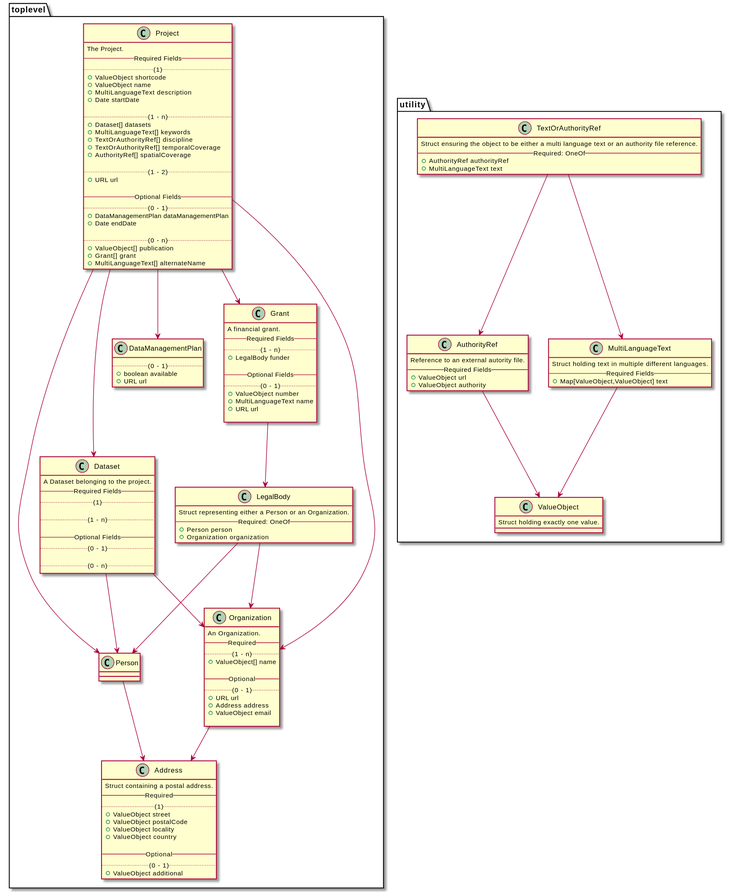
Before: docs/services/metadata/domain-entities.svg, a diagram exported from PlantUML (dasch-swiss/dasch-service-platform).
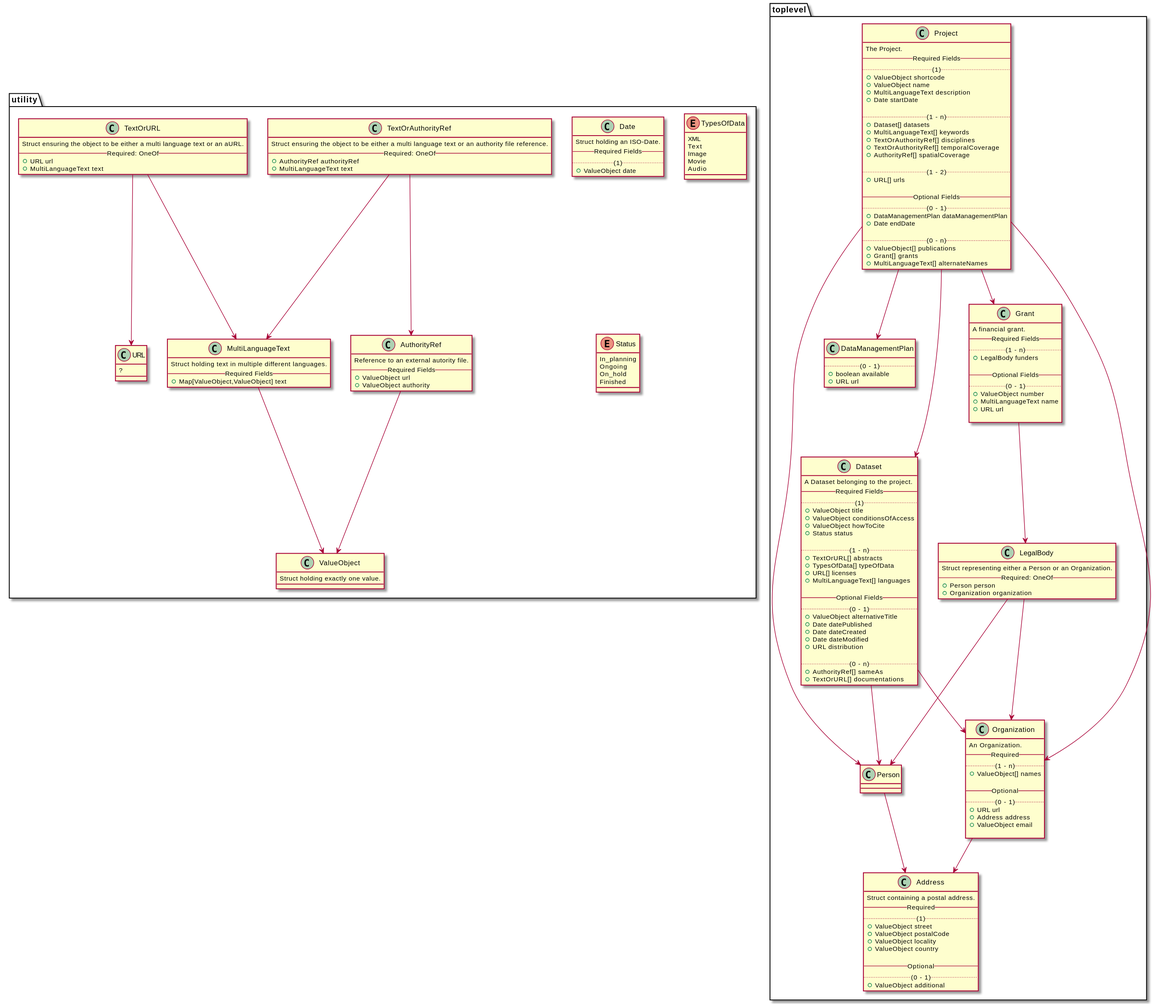
Above is the later version.

Commit message:
doc(metadata): domain entities for type dataset

What changed in the source:
```diff
@@ -13,12 +13,12 @@
     .. (1 - n) ..
     +Dataset[] datasets
     +MultiLanguageText[] keywords
-    +TextOrAuthorityRef[] discipline
+    +TextOrAuthorityRef[] disciplines
     +TextOrAuthorityRef[] temporalCoverage
     +AuthorityRef[] spatialCoverage
 
     .. (1 - 2) ..
-    +URL url
+    +URL[] urls
 
     -- Optional Fields --
     .. (0 - 1) ..
@@ -26,22 +26,37 @@
     +Date endDate
 
     .. (0 - n) ..
-    +ValueObject[] publication
-    +Grant[] grant
-    +MultiLanguageText[] alternateName
+    +ValueObject[] publications
+    +Grant[] grants
+    +MultiLanguageText[] alternateNames
   }
 
   class Dataset {
     A Dataset belonging to the project.
     -- Required Fields --
     .. (1) ..
+    +ValueObject title
+    +ValueObject conditionsOfAccess
+    +ValueObject howToCite
+    +Status status
 
     .. (1 - n) ..
+    +TextOrURL[] abstracts
+    +TypesOfData[] typeOfData
+    +URL[] licenses
+    +MultiLanguageText[] languages
 
     -- Optional Fields --
     .. (0 - 1) ..
+    +ValueObject alternativeTitle
+    +Date datePublished
+    +Date dateCreated
+    +Date dateModified
+    +URL distribution
 
     .. (0 - n) ..
+    +AuthorityRef[] sameAs
+    +TextOrURL[] documentations
   }
 
   class DataManagementPlan {
@@ -54,7 +69,7 @@
     A financial grant.
     -- Required Fields --
     .. (1 - n) ..
-    +LegalBody funder
+    +LegalBody funders
 
     -- Optional Fields --
     .. (0 - 1) ..
@@ -78,7 +93,7 @@
     An Organization.
     -- Required --
     .. (1 - n) ..
-    + ValueObject[] name
+    + ValueObject[] names
 
     -- Optional --
     .. (0 - 1) ..
@@ -114,6 +129,13 @@
     +MultiLanguageText text
   }
 
+  class TextOrURL {
+    Struct ensuring the object to be either a multi language text or an aURL.
+    -- Required: OneOf --
+    +URL url
+    +MultiLanguageText text
+  }
+
   class AuthorityRef {
     Reference to an external autority file.
     -- Required Fields --
@@ -129,6 +151,33 @@
 
   class ValueObject {
     Struct holding exactly one value.
+  }
+
+  class URL {
+    ?
+  }
+
+  class Date {
+    Struct holding an ISO-Date.
+    -- Required Fields --
+    .. (1) ..
+    +ValueObject date
+  }
+
+
+  enum TypesOfData {
+    XML
+    Text
+    Image
+    Movie
+    Audio
+  }
+
+  enum Status {
+    In_planning
+    Ongoing
+    On_hold
+    Finished
   }
 
 }
@@ -148,6 +197,8 @@
 Organization --> Address
 TextOrAuthorityRef --> MultiLanguageText
 TextOrAuthorityRef --> AuthorityRef
+TextOrURL --> URL
+TextOrURL --> MultiLanguageText
 AuthorityRef --> ValueObject
 MultiLanguageText --> ValueObject
 
```
